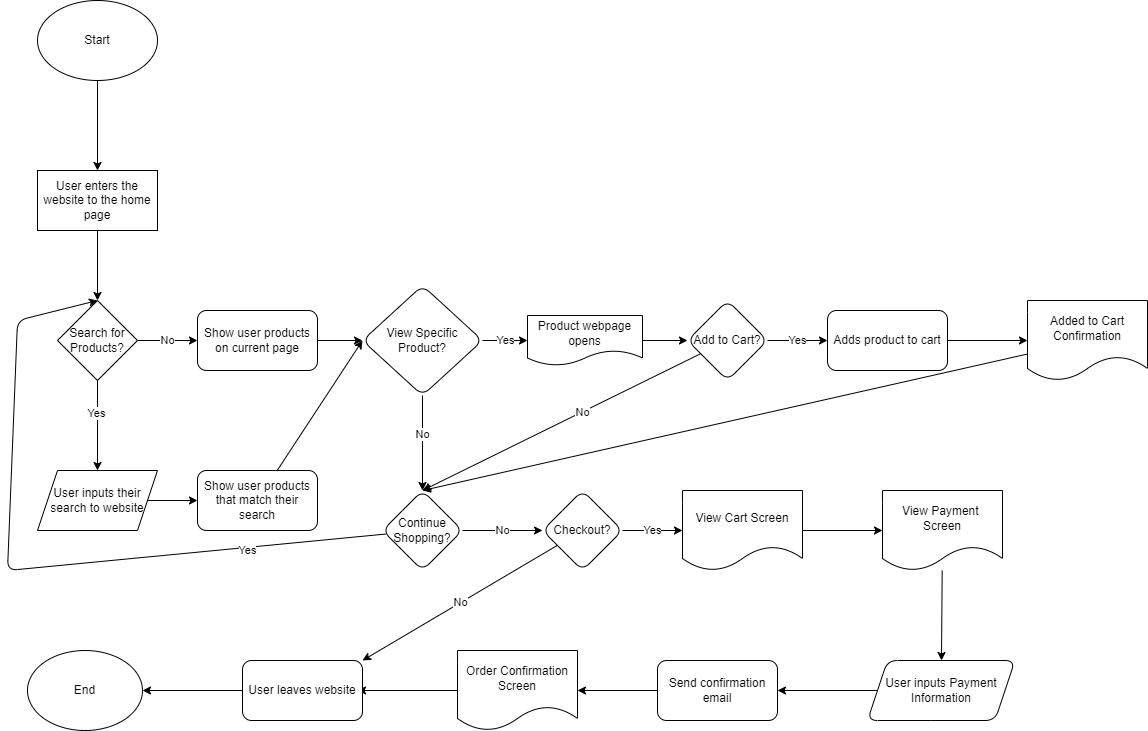
Above: explore/diagramming/diagram.drawio.png in ank010/sp23-cse110-lab4 (draw.io), before the change. Source tidied: cells renumbered, new cells last; positions are measured from the earlier drawing's top-left corner, leaving out a move shared by most shapes.
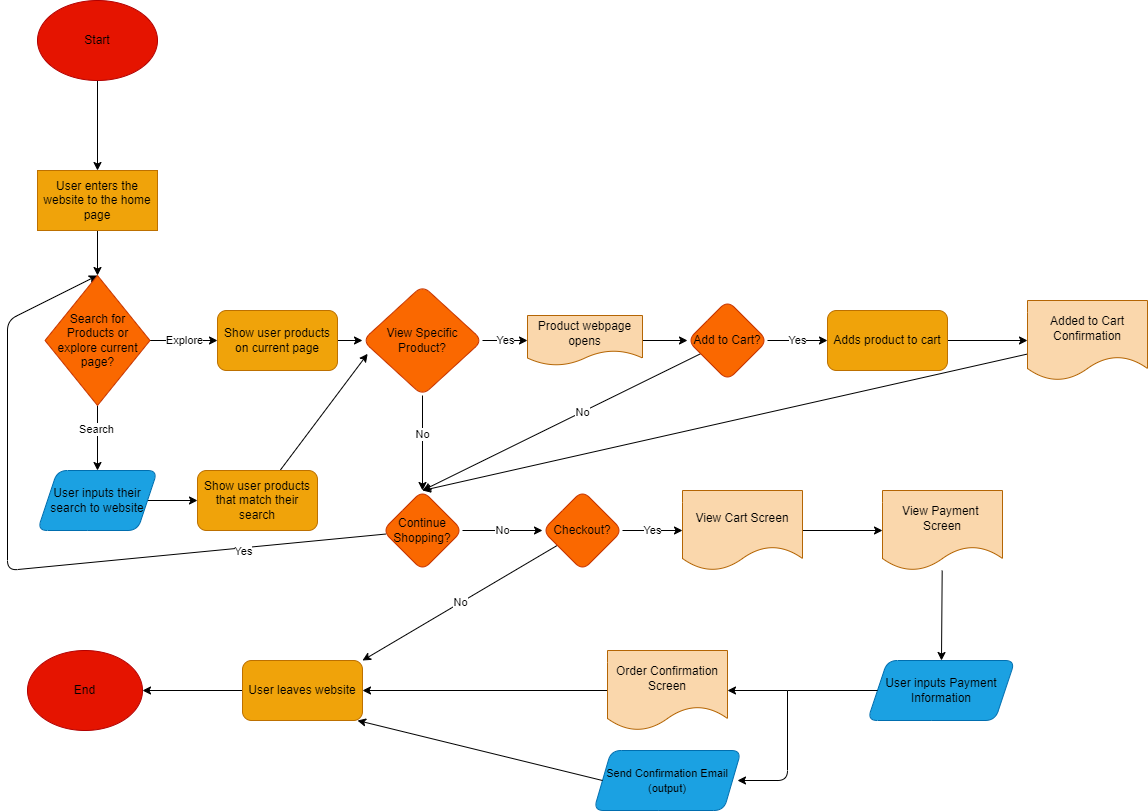
Later version of the same file.

What changed in the source:
```diff
@@ -5,43 +5,39 @@
     <mxCell id="2" style="edgeStyle=none;html=1;" parent="1" edge="1" source="3" target="5">
       <mxGeometry relative="1" as="geometry" />
     </mxCell>
-    <mxCell id="3" value="Start" style="ellipse;whiteSpace=wrap;html=1;" parent="1" vertex="1">
+    <mxCell id="3" value="&lt;font color=&quot;#000000&quot;&gt;Start&lt;/font&gt;" style="ellipse;whiteSpace=wrap;html=1;fillColor=#e51400;fontColor=#ffffff;strokeColor=#B20000;" parent="1" vertex="1">
       <mxGeometry x="30" width="120" height="80" as="geometry" />
     </mxCell>
-    <mxCell id="4" style="edgeStyle=none;html=1;" parent="1" edge="1" source="5" target="9">
+    <mxCell id="4" style="edgeStyle=none;html=1;entryX=0.5;entryY=0;entryDx=0;entryDy=0;" parent="1" edge="1" source="5" target="50">
       <mxGeometry relative="1" as="geometry" />
     </mxCell>
-    <mxCell id="5" value="User enters the website to the home page" style="whiteSpace=wrap;html=1;" parent="1" vertex="1">
+    <mxCell id="5" value="&lt;font color=&quot;#000000&quot;&gt;User enters the website to the home page&lt;/font&gt;" style="whiteSpace=wrap;html=1;fillColor=#f0a30a;strokeColor=#BD7000;fontColor=#000000;" parent="1" vertex="1">
       <mxGeometry x="30" y="170" width="120" height="60" as="geometry" />
     </mxCell>
-    <mxCell id="6" value="No" style="edgeStyle=none;html=1;" parent="1" edge="1" source="9" target="11">
+    <mxCell id="6" value="Explore" style="edgeStyle=none;html=1;exitX=1;exitY=0.5;exitDx=0;exitDy=0;" parent="1" edge="1" source="50" target="11">
       <mxGeometry relative="1" as="geometry" />
     </mxCell>
-    <mxCell id="7" style="edgeStyle=none;html=1;" parent="1" edge="1" source="9" target="13">
-      <mxGeometry relative="1" as="geometry" />
+    <mxCell id="7" style="edgeStyle=none;html=1;exitX=0.5;exitY=1;exitDx=0;exitDy=0;entryX=0.5;entryY=0;entryDx=0;entryDy=0;" parent="1" edge="1" source="50">
+      <mxGeometry relative="1" as="geometry">
+        <mxPoint x="90" y="470" as="targetPoint" />
+      </mxGeometry>
     </mxCell>
-    <mxCell id="8" value="Yes" style="edgeLabel;html=1;align=center;verticalAlign=middle;" parent="7" vertex="1">
+    <mxCell id="8" value="Search" style="edgeLabel;html=1;align=center;verticalAlign=middle;" parent="7" vertex="1">
       <mxGeometry x="-0.29" y="-2" relative="1" as="geometry" />
     </mxCell>
-    <mxCell id="9" value="Search for Products?" style="rhombus;whiteSpace=wrap;html=1;" parent="1" vertex="1">
-      <mxGeometry x="50" y="300" width="80" height="80" as="geometry" />
-    </mxCell>
-    <mxCell id="10" style="edgeStyle=none;html=1;" parent="1" edge="1" source="11" target="19">
+    <mxCell id="10" style="edgeStyle=none;html=1;entryX=0;entryY=0.5;entryDx=0;entryDy=0;" parent="1" edge="1" source="11" target="19">
       <mxGeometry relative="1" as="geometry" />
     </mxCell>
-    <mxCell id="11" value="Show user products on current page" style="rounded=1;whiteSpace=wrap;html=1;" parent="1" vertex="1">
-      <mxGeometry x="190" y="310" width="120" height="60" as="geometry" />
+    <mxCell id="11" value="Show user products on current page" style="rounded=1;whiteSpace=wrap;html=1;fillColor=#f0a30a;fontColor=#000000;strokeColor=#BD7000;" parent="1" vertex="1">
+      <mxGeometry x="210" y="310" width="120" height="60" as="geometry" />
     </mxCell>
-    <mxCell id="12" style="edgeStyle=none;html=1;" parent="1" edge="1" source="13" target="15">
+    <mxCell id="12" style="edgeStyle=none;html=1;exitX=1;exitY=0.5;exitDx=0;exitDy=0;" parent="1" edge="1" source="13" target="15">
       <mxGeometry relative="1" as="geometry" />
     </mxCell>
-    <mxCell id="13" value="User inputs their search to website" style="shape=parallelogram;perimeter=parallelogramPerimeter;whiteSpace=wrap;html=1;fixedSize=1;" parent="1" vertex="1">
-      <mxGeometry x="30" y="470" width="120" height="60" as="geometry" />
-    </mxCell>
-    <mxCell id="14" style="edgeStyle=none;html=1;entryX=0;entryY=0.5;entryDx=0;entryDy=0;" parent="1" edge="1" source="15" target="19">
+    <mxCell id="14" style="edgeStyle=none;html=1;entryX=0.043;entryY=0.621;entryDx=0;entryDy=0;entryPerimeter=0;" parent="1" edge="1" source="15" target="19">
       <mxGeometry relative="1" as="geometry" />
     </mxCell>
-    <mxCell id="15" value="Show user products that match their search" style="rounded=1;whiteSpace=wrap;html=1;" parent="1" vertex="1">
+    <mxCell id="15" value="Show user products that match their search" style="rounded=1;whiteSpace=wrap;html=1;fillColor=#f0a30a;fontColor=#000000;strokeColor=#BD7000;" parent="1" vertex="1">
       <mxGeometry x="190" y="470" width="120" height="60" as="geometry" />
     </mxCell>
     <mxCell id="16" value="Yes" style="edgeStyle=none;html=1;" parent="1" edge="1" source="19" target="21">
@@ -53,20 +49,20 @@
     <mxCell id="18" value="No" style="edgeLabel;html=1;align=center;verticalAlign=middle;" parent="17" vertex="1">
       <mxGeometry x="-0.2" y="-1" relative="1" as="geometry" />
     </mxCell>
-    <mxCell id="19" value="View Specific Product?" style="rhombus;whiteSpace=wrap;html=1;rounded=1;" parent="1" vertex="1">
+    <mxCell id="19" value="View Specific Product?" style="rhombus;whiteSpace=wrap;html=1;rounded=1;fillColor=#fa6800;fontColor=#000000;strokeColor=#C73500;" parent="1" vertex="1">
       <mxGeometry x="355" y="285" width="120" height="110" as="geometry" />
     </mxCell>
     <mxCell id="20" style="edgeStyle=none;html=1;" parent="1" edge="1" source="21" target="29">
       <mxGeometry relative="1" as="geometry" />
     </mxCell>
-    <mxCell id="21" value="Product webpage opens" style="shape=document;whiteSpace=wrap;html=1;boundedLbl=1;rounded=1;" parent="1" vertex="1">
+    <mxCell id="21" value="&lt;font color=&quot;#000000&quot;&gt;Product webpage opens&lt;/font&gt;" style="shape=document;whiteSpace=wrap;html=1;boundedLbl=1;rounded=1;fillColor=#fad7ac;strokeColor=#b46504;" parent="1" vertex="1">
       <mxGeometry x="520" y="315" width="115" height="50" as="geometry" />
     </mxCell>
-    <mxCell id="22" style="edgeStyle=none;html=1;entryX=0.5;entryY=0;entryDx=0;entryDy=0;" parent="1" edge="1" source="25" target="9">
+    <mxCell id="22" style="edgeStyle=none;html=1;entryX=0.5;entryY=0;entryDx=0;entryDy=0;" parent="1" edge="1" source="25" target="50">
       <mxGeometry relative="1" as="geometry">
         <Array as="points">
           <mxPoint y="570" />
-          <mxPoint x="10" y="320" />
+          <mxPoint y="320" />
         </Array>
       </mxGeometry>
     </mxCell>
@@ -76,7 +72,7 @@
     <mxCell id="24" value="No" style="edgeStyle=none;html=1;" parent="1" edge="1" source="25" target="36">
       <mxGeometry relative="1" as="geometry" />
     </mxCell>
-    <mxCell id="25" value="Continue Shopping?" style="rhombus;whiteSpace=wrap;html=1;rounded=1;" parent="1" vertex="1">
+    <mxCell id="25" value="Continue Shopping?" style="rhombus;whiteSpace=wrap;html=1;rounded=1;fillColor=#fa6800;fontColor=#000000;strokeColor=#C73500;" parent="1" vertex="1">
       <mxGeometry x="375" y="490" width="80" height="80" as="geometry" />
     </mxCell>
     <mxCell id="26" value="Yes" style="edgeStyle=none;html=1;" parent="1" edge="1" source="29" target="31">
@@ -88,19 +84,19 @@
     <mxCell id="28" value="No" style="edgeLabel;html=1;align=center;verticalAlign=middle;" parent="27" vertex="1">
       <mxGeometry x="-0.15" relative="1" as="geometry" />
     </mxCell>
-    <mxCell id="29" value="Add to Cart?" style="rhombus;whiteSpace=wrap;html=1;rounded=1;" parent="1" vertex="1">
+    <mxCell id="29" value="Add to Cart?" style="rhombus;whiteSpace=wrap;html=1;rounded=1;fillColor=#fa6800;fontColor=#000000;strokeColor=#C73500;" parent="1" vertex="1">
       <mxGeometry x="680" y="300" width="80" height="80" as="geometry" />
     </mxCell>
     <mxCell id="30" style="edgeStyle=none;html=1;" parent="1" edge="1" source="31" target="33">
       <mxGeometry relative="1" as="geometry" />
     </mxCell>
-    <mxCell id="31" value="Adds product to cart" style="rounded=1;whiteSpace=wrap;html=1;" parent="1" vertex="1">
+    <mxCell id="31" value="Adds product to cart" style="rounded=1;whiteSpace=wrap;html=1;fillColor=#f0a30a;fontColor=#000000;strokeColor=#BD7000;" parent="1" vertex="1">
       <mxGeometry x="820" y="310" width="120" height="60" as="geometry" />
     </mxCell>
     <mxCell id="32" style="edgeStyle=none;html=1;entryX=0.5;entryY=0;entryDx=0;entryDy=0;" parent="1" edge="1" source="33" target="25">
       <mxGeometry relative="1" as="geometry" />
     </mxCell>
-    <mxCell id="33" value="Added to Cart Confirmation" style="shape=document;whiteSpace=wrap;html=1;boundedLbl=1;rounded=1;" parent="1" vertex="1">
+    <mxCell id="33" value="&lt;font color=&quot;#000000&quot;&gt;Added to Cart Confirmation&lt;/font&gt;" style="shape=document;whiteSpace=wrap;html=1;boundedLbl=1;rounded=1;fillColor=#fad7ac;strokeColor=#b46504;" parent="1" vertex="1">
       <mxGeometry x="1020" y="300" width="120" height="80" as="geometry" />
     </mxCell>
     <mxCell id="34" value="Yes" style="edgeStyle=none;html=1;" parent="1" edge="1" source="36" target="38">
@@ -109,49 +105,75 @@
     <mxCell id="35" value="No" style="edgeStyle=none;html=1;entryX=1;entryY=0;entryDx=0;entryDy=0;" parent="1" edge="1" source="36" target="48">
       <mxGeometry relative="1" as="geometry" />
     </mxCell>
-    <mxCell id="36" value="Checkout?" style="rhombus;whiteSpace=wrap;html=1;rounded=1;" parent="1" vertex="1">
+    <mxCell id="36" value="Checkout?" style="rhombus;whiteSpace=wrap;html=1;rounded=1;fillColor=#fa6800;fontColor=#000000;strokeColor=#C73500;" parent="1" vertex="1">
       <mxGeometry x="535" y="490" width="80" height="80" as="geometry" />
     </mxCell>
     <mxCell id="37" style="edgeStyle=none;html=1;" parent="1" edge="1" source="38" target="40">
       <mxGeometry relative="1" as="geometry" />
     </mxCell>
-    <mxCell id="38" value="View Cart Screen" style="shape=document;whiteSpace=wrap;html=1;boundedLbl=1;rounded=1;" parent="1" vertex="1">
+    <mxCell id="38" value="&lt;font color=&quot;#000000&quot;&gt;View Cart Screen&lt;/font&gt;" style="shape=document;whiteSpace=wrap;html=1;boundedLbl=1;rounded=1;fillColor=#fad7ac;strokeColor=#b46504;" parent="1" vertex="1">
       <mxGeometry x="675" y="490" width="120" height="80" as="geometry" />
     </mxCell>
     <mxCell id="39" style="edgeStyle=none;html=1;" parent="1" edge="1" source="40" target="42">
       <mxGeometry relative="1" as="geometry" />
     </mxCell>
-    <mxCell id="40" value="View Payment&amp;nbsp; Screen" style="shape=document;whiteSpace=wrap;html=1;boundedLbl=1;rounded=1;" parent="1" vertex="1">
+    <mxCell id="40" value="&lt;font color=&quot;#000000&quot;&gt;View Payment&amp;nbsp; Screen&lt;/font&gt;" style="shape=document;whiteSpace=wrap;html=1;boundedLbl=1;rounded=1;fillColor=#fad7ac;strokeColor=#b46504;" parent="1" vertex="1">
       <mxGeometry x="875" y="490" width="120" height="80" as="geometry" />
     </mxCell>
-    <mxCell id="41" style="edgeStyle=none;html=1;" parent="1" edge="1" source="42" target="44">
-      <mxGeometry relative="1" as="geometry" />
-    </mxCell>
-    <mxCell id="42" value="User inputs Payment Information" style="shape=parallelogram;perimeter=parallelogramPerimeter;whiteSpace=wrap;html=1;fixedSize=1;rounded=1;" parent="1" vertex="1">
+    <mxCell id="42" value="&lt;font color=&quot;#000000&quot;&gt;User inputs Payment Information&lt;/font&gt;" style="shape=parallelogram;perimeter=parallelogramPerimeter;whiteSpace=wrap;html=1;fixedSize=1;rounded=1;fillColor=#1ba1e2;fontColor=#ffffff;strokeColor=#006EAF;" parent="1" vertex="1">
       <mxGeometry x="860" y="660" width="147.5" height="60" as="geometry" />
     </mxCell>
-    <mxCell id="43" style="edgeStyle=none;html=1;" parent="1" edge="1" source="44" target="46">
-      <mxGeometry relative="1" as="geometry" />
-    </mxCell>
-    <mxCell id="44" value="Send confirmation email" style="rounded=1;whiteSpace=wrap;html=1;" parent="1" vertex="1">
-      <mxGeometry x="650" y="660" width="120" height="60" as="geometry" />
-    </mxCell>
-    <mxCell id="45" style="edgeStyle=none;html=1;" parent="1" edge="1" source="46">
-      <mxGeometry relative="1" as="geometry">
-        <mxPoint x="350" y="690" as="targetPoint" />
-      </mxGeometry>
+    <mxCell id="45" style="edgeStyle=none;html=1;entryX=1;entryY=0.5;entryDx=0;entryDy=0;" parent="1" edge="1" source="46" target="48">
+      <mxGeometry relative="1" as="geometry" />
     </mxCell>
-    <mxCell id="46" value="Order Confirmation Screen" style="shape=document;whiteSpace=wrap;html=1;boundedLbl=1;rounded=1;" parent="1" vertex="1">
-      <mxGeometry x="450" y="650" width="120" height="80" as="geometry" />
+    <mxCell id="46" value="&lt;font color=&quot;#000000&quot;&gt;Order Confirmation Screen&lt;/font&gt;" style="shape=document;whiteSpace=wrap;html=1;boundedLbl=1;rounded=1;fillColor=#fad7ac;strokeColor=#b46504;" parent="1" vertex="1">
+      <mxGeometry x="600" y="650" width="120" height="80" as="geometry" />
     </mxCell>
     <mxCell id="47" style="edgeStyle=none;html=1;" parent="1" edge="1" source="48" target="49">
       <mxGeometry relative="1" as="geometry" />
     </mxCell>
-    <mxCell id="48" value="User leaves website" style="rounded=1;whiteSpace=wrap;html=1;" parent="1" vertex="1">
+    <mxCell id="48" value="User leaves website" style="rounded=1;whiteSpace=wrap;html=1;fillColor=#f0a30a;fontColor=#000000;strokeColor=#BD7000;" parent="1" vertex="1">
       <mxGeometry x="235" y="660" width="120" height="60" as="geometry" />
     </mxCell>
-    <mxCell id="49" value="End" style="ellipse;whiteSpace=wrap;html=1;rounded=1;" parent="1" vertex="1">
+    <mxCell id="49" value="&lt;font color=&quot;#000000&quot;&gt;End&lt;/font&gt;" style="ellipse;whiteSpace=wrap;html=1;rounded=1;fillColor=#e51400;fontColor=#ffffff;strokeColor=#B20000;" parent="1" vertex="1">
       <mxGeometry x="20" y="650" width="115" height="80" as="geometry" />
     </mxCell>
+    <mxCell id="50" value="Search for Products or explore current page?" style="rhombus;whiteSpace=wrap;html=1;strokeColor=#C73500;fontColor=#000000;fillColor=#fa6800;" parent="1" vertex="1">
+      <mxGeometry x="37.5" y="275" width="105" height="130" as="geometry" />
+    </mxCell>
+    <mxCell id="13" value="&lt;font color=&quot;#000000&quot;&gt;User inputs their search to website&lt;/font&gt;" style="shape=parallelogram;perimeter=parallelogramPerimeter;whiteSpace=wrap;html=1;fixedSize=1;fillColor=#1ba1e2;strokeColor=#006EAF;fontColor=#ffffff;rounded=1;" parent="1" vertex="1">
+      <mxGeometry x="30" y="470" width="120" height="60" as="geometry" />
+    </mxCell>
+    <mxCell id="51" value="&lt;font style=&quot;font-size: 11px;&quot; color=&quot;#000000&quot;&gt;Send Confirmation Email (output)&lt;/font&gt;" style="shape=parallelogram;perimeter=parallelogramPerimeter;whiteSpace=wrap;html=1;fixedSize=1;rounded=1;fillColor=#1ba1e2;fontColor=#ffffff;strokeColor=#006EAF;size=17.5;" parent="1" vertex="1">
+      <mxGeometry x="586.2" y="750" width="147.5" height="60" as="geometry" />
+    </mxCell>
+    <mxCell id="52" style="endArrow=none;html=1;fontSize=11;fontColor=#000000;" parent="1" edge="1">
+      <mxGeometry relative="1" as="geometry">
+        <mxPoint x="780" y="690" as="sourcePoint" />
+        <mxPoint x="870" y="690" as="targetPoint" />
+      </mxGeometry>
+    </mxCell>
+    <mxCell id="53" style="endArrow=classic;html=1;fontSize=11;fontColor=#000000;" parent="1" edge="1">
+      <mxGeometry relative="1" as="geometry">
+        <mxPoint x="780" y="690" as="sourcePoint" />
+        <mxPoint x="730" y="780" as="targetPoint" />
+        <Array as="points">
+          <mxPoint x="780" y="780" />
+        </Array>
+      </mxGeometry>
+    </mxCell>
+    <mxCell id="54" style="endArrow=classic;html=1;fontSize=11;fontColor=#000000;entryX=1;entryY=0.5;entryDx=0;entryDy=0;" parent="1" edge="1" target="46">
+      <mxGeometry relative="1" as="geometry">
+        <mxPoint x="780" y="690" as="sourcePoint" />
+      </mxGeometry>
+    </mxCell>
+    <mxCell id="55" style="endArrow=classic;html=1;fontSize=11;fontColor=#000000;exitX=0;exitY=0.5;exitDx=0;exitDy=0;" parent="1" edge="1" source="51">
+      <mxGeometry relative="1" as="geometry">
+        <mxPoint x="350" y="720" as="targetPoint" />
+      </mxGeometry>
+    </mxCell>
+    <mxCell id="56" value="&lt;font color=&quot;#ffffff&quot;&gt;(At the same time)&lt;/font&gt;" style="text;strokeColor=none;align=center;fillColor=none;html=1;verticalAlign=middle;whiteSpace=wrap;rounded=0;fontSize=11;fontColor=#000000;" parent="1" vertex="1">
+      <mxGeometry x="650" y="720" width="60" height="30" as="geometry" />
+    </mxCell>
   </root>
 </mxGraphModel>
```
